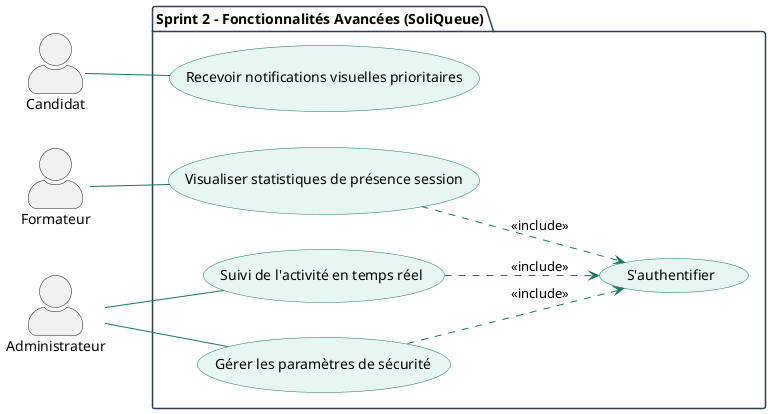
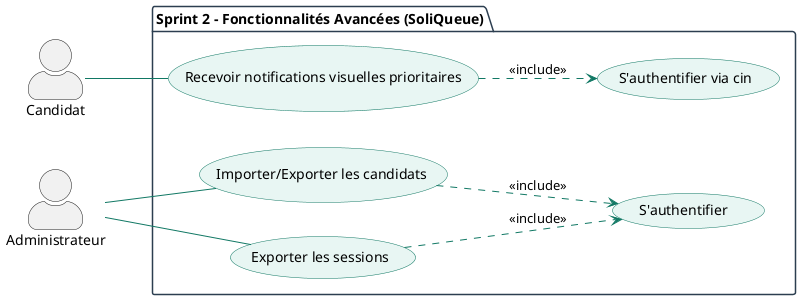
@startuml SoliQueue_Sprint2
left to right direction
skinparam actorStyle awesome

skinparam package {
    BackgroundColor White
    BorderColor #2C3E50
}

skinparam usecase {
    BackgroundColor #E8F6F3
    BorderColor #117864
    ArrowColor #117864
}

actor "Candidat" as C
- actor "Formateur" as F
actor "Administrateur" as Admin

package "Sprint 2 – Fonctionnalités Avancées (SoliQueue)" {

    ' ========================
    ' Améliorations Candidat
    ' ========================
    usecase "Recevoir notifications visuelles prioritaires" as UC1

    C -- UC1

- 
-     ' ========================
-     ' Améliorations Formateur
-     ' ========================
-     usecase "Visualiser statistiques de présence session" as UC4
- 
-     F -- UC4
- 
- 
    ' ========================
    ' Améliorations Administrateur
    ' ========================
-     usecase "Suivi de l'activité en temps réel" as UC5
-     usecase "Gérer les paramètres de sécurité" as UC6
+     usecase "Importer/Exporter les candidats" as UC5
+     usecase "Exporter les sessions" as UC6

    Admin -- UC5
    Admin -- UC6

-     usecase "S'authentifier" as Auth
+     usecase "S'authentifier via cin" as Auth1
+     usecase "S'authentifier " as Auth2

-     UC4 ..> Auth : <<include>>
-     UC5 ..> Auth : <<include>>
-     UC6 ..> Auth : <<include>>
+     UC1 ..> Auth1 : <<include>>
+     UC5 ..> Auth2 : <<include>>
+     UC6 ..> Auth2 : <<include>>
}

@enduml
